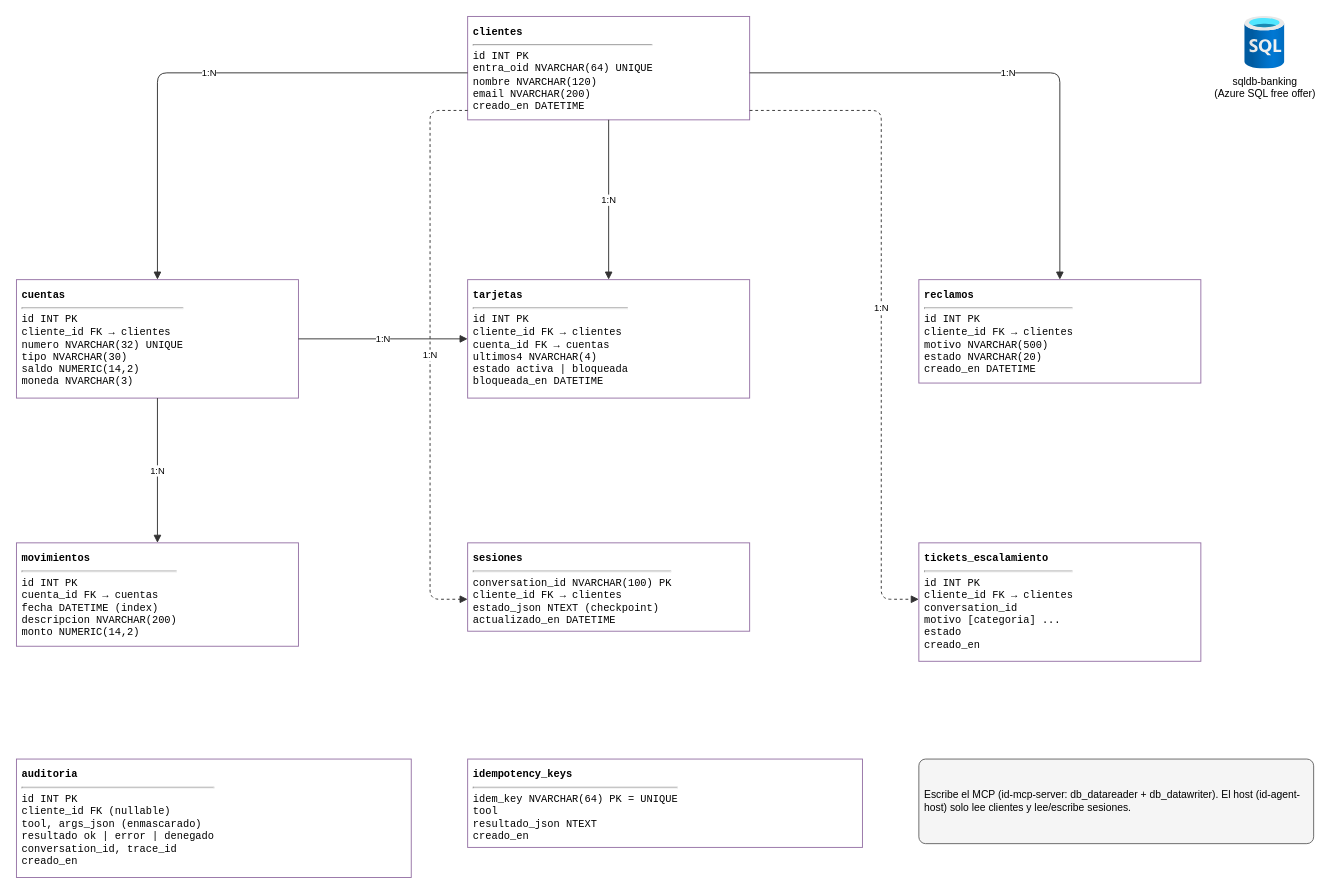
Earlier version of the draw.io diagram page "6. Modelo de datos" (6 of 7) of docs/diagramas/banking-agent.drawio (Danzstorm/banking-agent-maf-foundry). Source tidied: cells renumbered, new cells numbered last; positions are measured from the earlier drawing's top-left corner, leaving out a move shared by most shapes. Both pictures are drawn from the tidied source at 94%, with x=0, y=0 at pixel (16, 16).
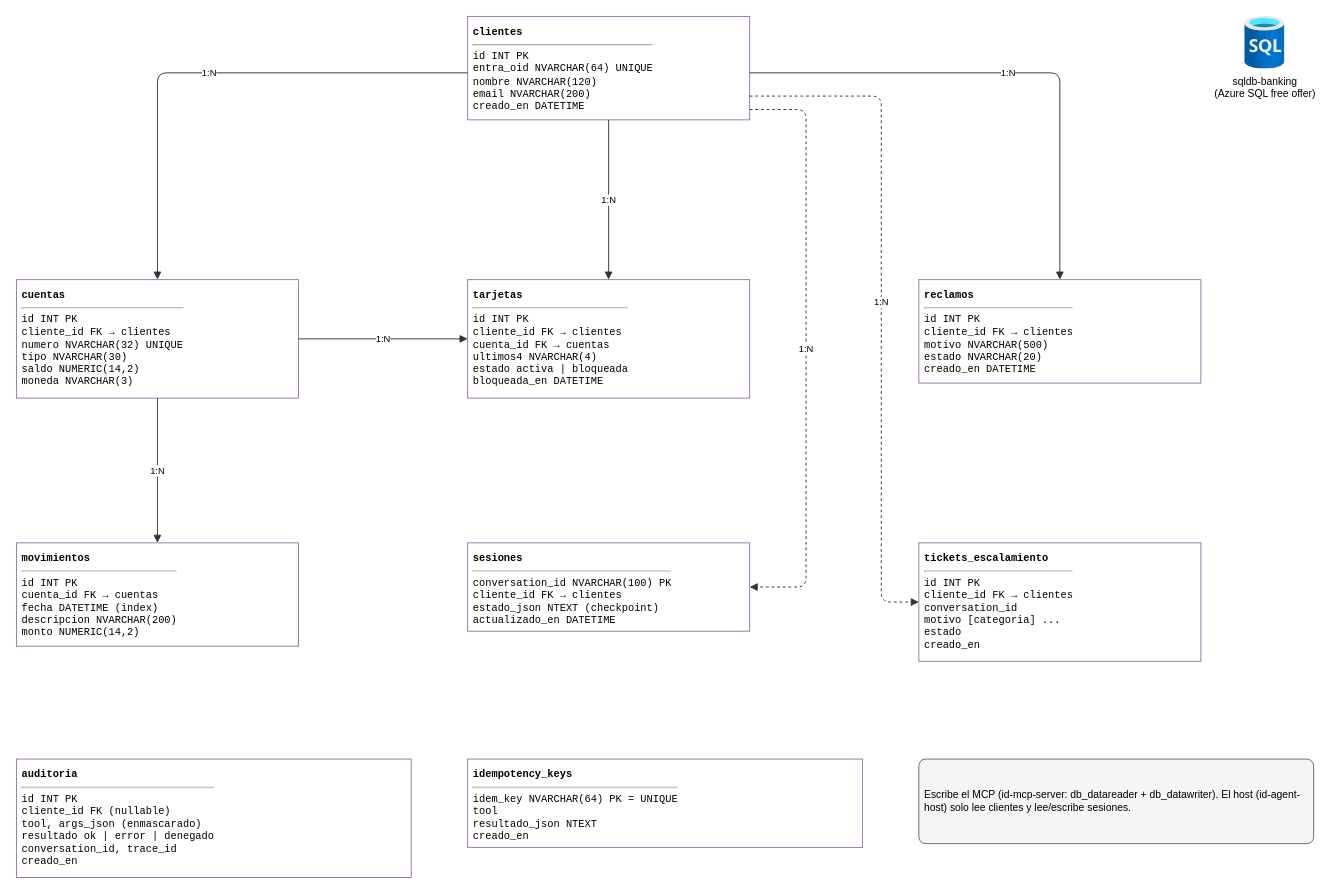
Above is the later version.

Unchanged cells that the change refers to:
```xml
<mxCell id="3" value="&lt;b&gt;clientes&lt;/b&gt;&lt;hr&gt;id INT PK&lt;br&gt;entra_oid NVARCHAR(64) UNIQUE&lt;br&gt;nombre NVARCHAR(120)&lt;br&gt;email NVARCHAR(200)&lt;br&gt;creado_en DATETIME" style="rounded=0;whiteSpace=wrap;html=1;fillColor=#ffffff;strokeColor=#9673a6;align=left;verticalAlign=top;spacing=6;fontSize=11;fontFamily=Consolas;" parent="1" vertex="1">
  <mxGeometry x="480" width="300" height="110" as="geometry" />
</mxCell>
<mxCell id="8" value="&lt;b&gt;sesiones&lt;/b&gt;&lt;hr&gt;conversation_id NVARCHAR(100) PK&lt;br&gt;cliente_id FK → clientes&lt;br&gt;estado_json NTEXT (checkpoint)&lt;br&gt;actualizado_en DATETIME" style="rounded=0;whiteSpace=wrap;html=1;fillColor=#ffffff;strokeColor=#9673a6;align=left;verticalAlign=top;spacing=6;fontSize=11;fontFamily=Consolas;" parent="1" vertex="1">
  <mxGeometry x="480" y="560" width="300" height="94" as="geometry" />
</mxCell>
<mxCell id="9" value="&lt;b&gt;tickets_escalamiento&lt;/b&gt;&lt;hr&gt;id INT PK&lt;br&gt;cliente_id FK → clientes&lt;br&gt;conversation_id&lt;br&gt;motivo [categoria] ...&lt;br&gt;estado&lt;br&gt;creado_en" style="rounded=0;whiteSpace=wrap;html=1;fillColor=#ffffff;strokeColor=#9673a6;align=left;verticalAlign=top;spacing=6;fontSize=11;fontFamily=Consolas;" parent="1" vertex="1">
  <mxGeometry x="960" y="560" width="300" height="126" as="geometry" />
</mxCell>
```

Diff of the diagram source:
```diff
@@
-    <mxCell id="18" value="1:N" style="edgeStyle=orthogonalEdgeStyle;rounded=1;html=1;endArrow=block;endFill=1;strokeColor=#333333;fontSize=10;labelBackgroundColor=#ffffff;dashed=1;" parent="1" edge="1" source="3" target="8">
+    <mxCell id="18" value="1:N" style="edgeStyle=orthogonalEdgeStyle;rounded=1;html=1;endArrow=block;endFill=1;strokeColor=#333333;fontSize=10;labelBackgroundColor=#ffffff;dashed=1;exitX=1;exitY=0.9;exitDx=0;exitDy=0;entryX=1;entryY=0.5;entryDx=0;entryDy=0;exitX=1;exitY=0.9;exitDx=0;exitDy=0;entryX=1;entryY=0.5;entryDx=0;entryDy=0;" parent="1" edge="1" source="3" target="8">
       <mxGeometry relative="1" as="geometry">
         <Array as="points">
-          <mxPoint x="440" y="100" />
-          <mxPoint x="440" y="620" />
+          <mxPoint x="840" y="99" />
+          <mxPoint x="840" y="607" />
         </Array>
       </mxGeometry>
     </mxCell>
-    <mxCell id="19" value="1:N" style="edgeStyle=orthogonalEdgeStyle;rounded=1;html=1;endArrow=block;endFill=1;strokeColor=#333333;fontSize=10;labelBackgroundColor=#ffffff;dashed=1;" parent="1" edge="1" source="3" target="9">
+    <mxCell id="19" value="1:N" style="edgeStyle=orthogonalEdgeStyle;rounded=1;html=1;endArrow=block;endFill=1;strokeColor=#333333;fontSize=10;labelBackgroundColor=#ffffff;dashed=1;exitX=1;exitY=0.77;exitDx=0;exitDy=0;entryX=0;entryY=0.5;entryDx=0;entryDy=0;exitX=1;exitY=0.77;exitDx=0;exitDy=0;entryX=0;entryY=0.5;entryDx=0;entryDy=0;" parent="1" edge="1" source="3" target="9">
       <mxGeometry relative="1" as="geometry">
         <Array as="points">
-          <mxPoint x="920" y="100" />
-          <mxPoint x="920" y="620" />
+          <mxPoint x="920" y="84.7" />
+          <mxPoint x="920" y="623" />
         </Array>
       </mxGeometry>
     </mxCell>
```
